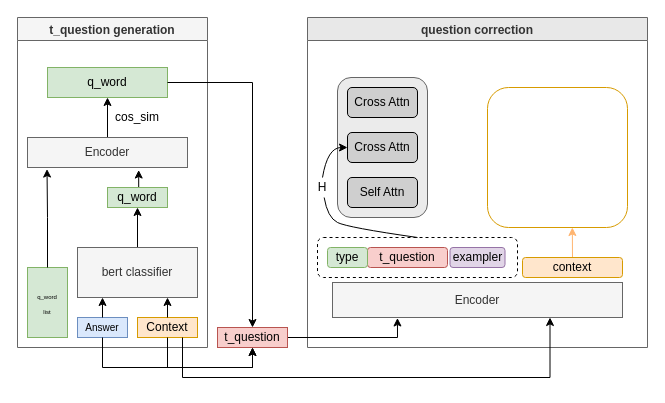
Earlier version of the draw.io diagram allQG model .drawio (FantasyoO666/open-ended_question_ontology). Source tidied: cells renumbered, new cells numbered last; positions are measured from the earlier drawing's top-left corner, leaving out a move shared by most shapes. Both pictures are drawn from the tidied source at 100%, with x=0, y=0 at pixel (17, 17).
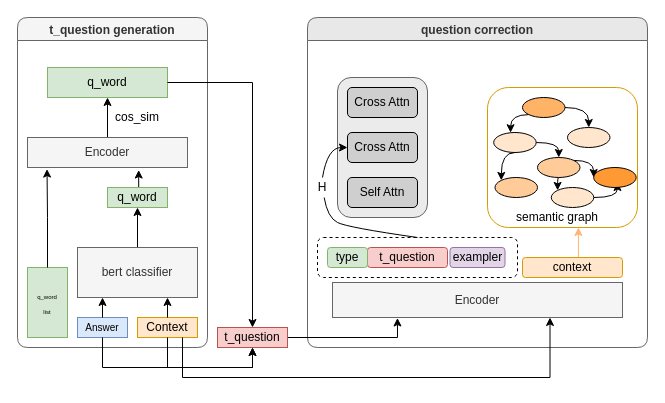
The same page after the edit.

Diff of the diagram source:
```diff
@@
-    <mxCell id="2" value="t_question generation" style="swimlane;fillColor=#f5f5f5;strokeColor=#666666;fontColor=#333333;" parent="1" vertex="1">
+    <mxCell id="2" value="t_question generation" style="swimlane;fillColor=#f5f5f5;strokeColor=#666666;fontColor=#333333;rounded=1;" parent="1" vertex="1">
       <mxGeometry width="190" height="330" as="geometry" />
     </mxCell>
@@
-    <mxCell id="16" value="question correction" style="swimlane;strokeColor=#666666;fontColor=#333333;fillColor=#E8E8E8;" parent="1" vertex="1">
+    <mxCell id="16" value="question correction" style="swimlane;strokeColor=#666666;fontColor=#333333;fillColor=#E8E8E8;rounded=1;" parent="1" vertex="1">
       <mxGeometry x="290" width="340" height="330" as="geometry" />
     </mxCell>
@@
     <mxCell id="30" style="rounded=1;whiteSpace=wrap;html=1;strokeColor=#d79b00;fillColor=none;" parent="16" vertex="1">
-      <mxGeometry x="180" y="70" width="140" height="140" as="geometry" />
+      <mxGeometry x="180" y="70" width="150" height="140" as="geometry" />
     </mxCell>
+    <mxCell id="39" style="edgeStyle=orthogonalEdgeStyle;curved=1;jettySize=auto;html=1;exitX=1;exitY=0.5;exitDx=0;exitDy=0;entryX=0.5;entryY=0;entryDx=0;entryDy=0;" parent="16" edge="1" source="41" target="42">
+      <mxGeometry relative="1" as="geometry" />
+    </mxCell>
+    <mxCell id="40" style="edgeStyle=orthogonalEdgeStyle;curved=1;jettySize=auto;html=1;exitX=0;exitY=1;exitDx=0;exitDy=0;entryX=0.397;entryY=0.01;entryDx=0;entryDy=0;entryPerimeter=0;" parent="16" edge="1" source="41" target="51">
+      <mxGeometry relative="1" as="geometry" />
+    </mxCell>
+    <mxCell id="41" style="ellipse;whiteSpace=wrap;html=1;rounded=1;fillColor=#FFB366;" parent="16" vertex="1">
+      <mxGeometry x="215" y="80" width="42.5" height="20" as="geometry" />
+    </mxCell>
+    <mxCell id="42" style="ellipse;whiteSpace=wrap;html=1;rounded=1;fillColor=#ffe6cc;" parent="16" vertex="1">
+      <mxGeometry x="260" y="110" width="42.5" height="20" as="geometry" />
+    </mxCell>
+    <mxCell id="43" style="ellipse;whiteSpace=wrap;html=1;rounded=1;fillColor=#FFCC99;" parent="16" vertex="1">
+      <mxGeometry x="187.5" y="160" width="42.5" height="20" as="geometry" />
+    </mxCell>
+    <mxCell id="44" style="edgeStyle=orthogonalEdgeStyle;curved=1;jettySize=auto;html=1;exitX=0.5;exitY=1;exitDx=0;exitDy=0;entryX=0;entryY=0;entryDx=0;entryDy=0;" parent="16" edge="1" source="46" target="48">
+      <mxGeometry relative="1" as="geometry" />
+    </mxCell>
+    <mxCell id="45" style="edgeStyle=orthogonalEdgeStyle;curved=1;jettySize=auto;html=1;exitX=1;exitY=0;exitDx=0;exitDy=0;entryX=0;entryY=0.5;entryDx=0;entryDy=0;" parent="16" edge="1" source="46" target="53">
+      <mxGeometry relative="1" as="geometry" />
+    </mxCell>
+    <mxCell id="46" style="ellipse;whiteSpace=wrap;html=1;rounded=1;fillColor=#FFCC99;" parent="16" vertex="1">
+      <mxGeometry x="230" y="140" width="42.5" height="20" as="geometry" />
+    </mxCell>
+    <mxCell id="47" style="edgeStyle=orthogonalEdgeStyle;curved=1;jettySize=auto;html=1;exitX=1;exitY=0.5;exitDx=0;exitDy=0;entryX=0.559;entryY=0.75;entryDx=0;entryDy=0;entryPerimeter=0;" parent="16" edge="1" source="48" target="53">
+      <mxGeometry relative="1" as="geometry" />
+    </mxCell>
+    <mxCell id="48" style="ellipse;whiteSpace=wrap;html=1;rounded=1;fillColor=#ffe6cc;" parent="16" vertex="1">
+      <mxGeometry x="243.8" y="170" width="42.5" height="20" as="geometry" />
+    </mxCell>
+    <mxCell id="49" style="edgeStyle=orthogonalEdgeStyle;curved=1;jettySize=auto;html=1;exitX=0.5;exitY=1;exitDx=0;exitDy=0;entryX=0;entryY=0;entryDx=0;entryDy=0;" parent="16" edge="1" source="51" target="43">
+      <mxGeometry relative="1" as="geometry" />
+    </mxCell>
+    <mxCell id="50" style="edgeStyle=orthogonalEdgeStyle;curved=1;jettySize=auto;html=1;exitX=1;exitY=0.5;exitDx=0;exitDy=0;entryX=0.5;entryY=0;entryDx=0;entryDy=0;" parent="16" edge="1" source="51" target="46">
+      <mxGeometry relative="1" as="geometry" />
+    </mxCell>
+    <mxCell id="51" style="ellipse;whiteSpace=wrap;html=1;rounded=1;fillColor=#ffe6cc;" parent="16" vertex="1">
+      <mxGeometry x="186.2" y="115" width="42.5" height="20" as="geometry" />
+    </mxCell>
+    <mxCell id="52" value="semantic graph" style="text;html=1;strokeColor=none;fillColor=none;align=center;verticalAlign=middle;whiteSpace=wrap;rounded=0;" parent="16" vertex="1">
+      <mxGeometry x="190" y="190" width="120" height="20" as="geometry" />
+    </mxCell>
+    <mxCell id="53" style="ellipse;whiteSpace=wrap;html=1;rounded=1;fillColor=#FF9933;" parent="16" vertex="1">
+      <mxGeometry x="286.2" y="150" width="42.5" height="20" as="geometry" />
+    </mxCell>
```
